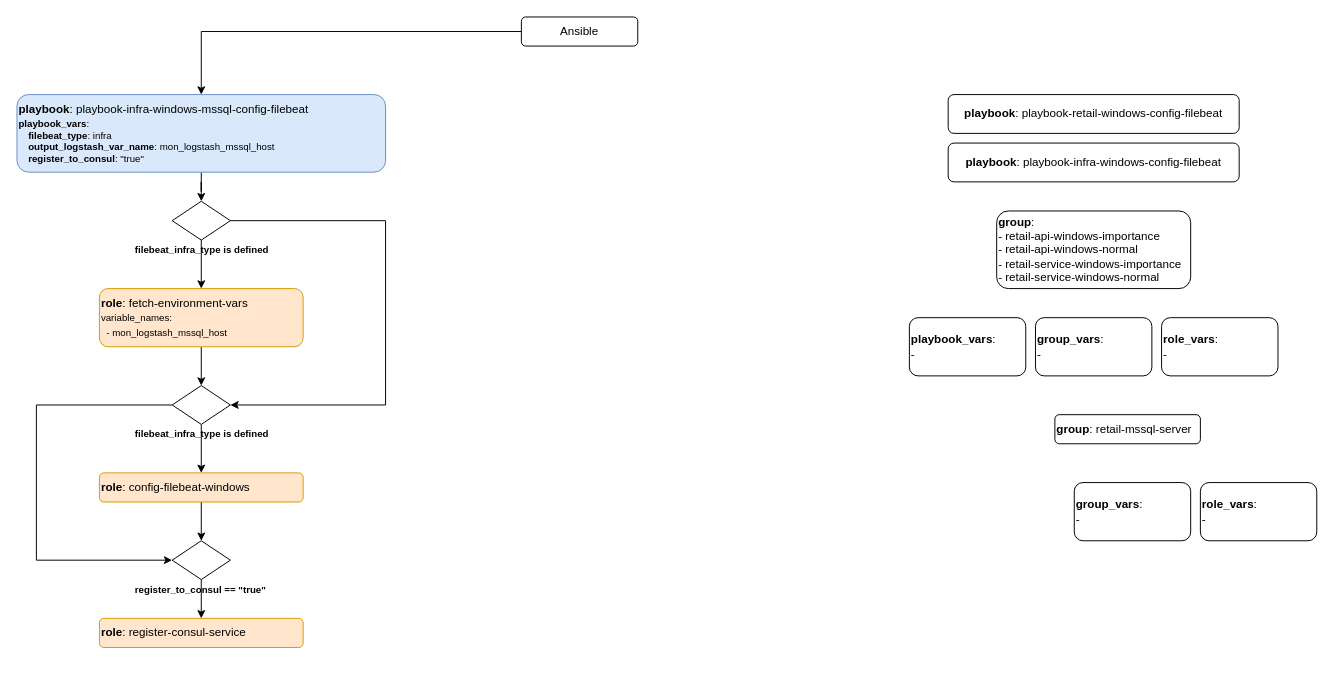
Earlier version of the draw.io diagram page "ansible-win-filebeat" (1 of 2) of kiotviet-observability-stack.drawio (khinhvuphiduong/diagrams.net). Source tidied: cells renumbered, new cells numbered last; positions are measured from the earlier drawing's top-left corner, leaving out a move shared by most shapes. Both pictures are drawn from the tidied source at 97%, with x=0, y=0 at pixel (16, 16).
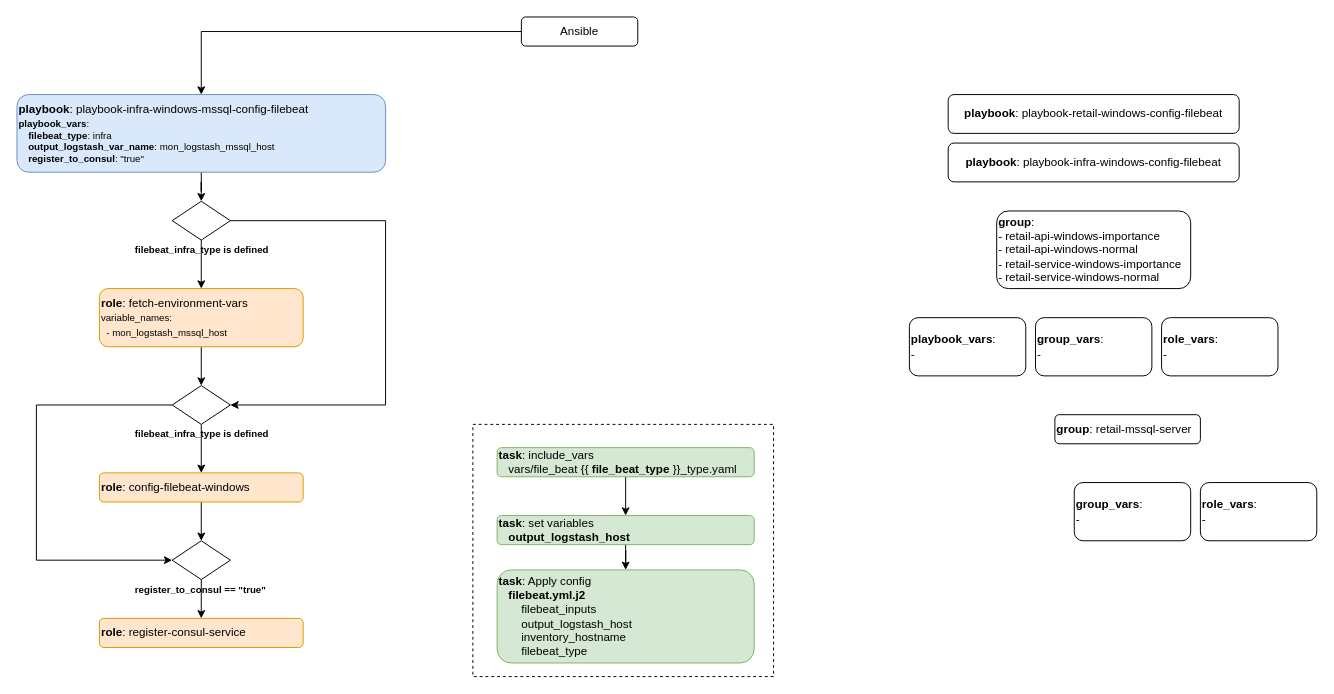
The same diagram, later.

Diff of the diagram source:
```diff
@@
+    <mxCell id="31" style="rounded=0;whiteSpace=wrap;html=1;fillColor=none;dashed=1;" parent="1" vertex="1">
+      <mxGeometry x="470" y="420" width="310" height="260" as="geometry" />
+    </mxCell>
@@
+    <mxCell id="32" style="edgeStyle=orthogonalEdgeStyle;rounded=0;jettySize=auto;html=1;entryX=0.5;entryY=0;entryDx=0;entryDy=0;" parent="1" edge="1" source="33" target="35">
+      <mxGeometry relative="1" as="geometry" />
+    </mxCell>
+    <mxCell id="33" value="&lt;b&gt;task&lt;/b&gt;:&amp;nbsp;include_vars&lt;br&gt;&lt;blockquote style=&quot;margin: 0px 0px 0px 10px; border: none; padding: 0px;&quot;&gt;vars/file_beat {{ &lt;b&gt;file_beat_type&lt;/b&gt; }}_type.yaml&lt;/blockquote&gt;" style="rounded=1;whiteSpace=wrap;html=1;align=left;fillColor=#d5e8d4;strokeColor=#82b366;" parent="1" vertex="1">
+      <mxGeometry x="495" y="444" width="265" height="30" as="geometry" />
+    </mxCell>
+    <mxCell id="34" style="edgeStyle=orthogonalEdgeStyle;rounded=0;jettySize=auto;html=1;entryX=0.5;entryY=0;entryDx=0;entryDy=0;" parent="1" edge="1" source="35" target="36">
+      <mxGeometry relative="1" as="geometry" />
+    </mxCell>
+    <mxCell id="35" value="&lt;b&gt;task&lt;/b&gt;:&amp;nbsp;set variables&lt;br&gt;&lt;blockquote style=&quot;margin: 0px 0px 0px 10px; border: none; padding: 0px;&quot;&gt;&lt;b&gt;output_logstash_host&lt;/b&gt;&lt;/blockquote&gt;" style="rounded=1;whiteSpace=wrap;html=1;align=left;fillColor=#d5e8d4;strokeColor=#82b366;" parent="1" vertex="1">
+      <mxGeometry x="495" y="514" width="265" height="30" as="geometry" />
+    </mxCell>
+    <mxCell id="36" value="&lt;b&gt;task&lt;/b&gt;: Apply config&lt;br&gt;&lt;blockquote style=&quot;margin: 0px 0px 0px 10px; border: none; padding: 0px;&quot;&gt;&lt;b&gt;filebeat.yml.j2&lt;br&gt;&amp;nbsp; &amp;nbsp;&amp;nbsp;&lt;/b&gt;&lt;span style=&quot;background-color: transparent;&quot;&gt;filebeat_inputs&lt;br&gt;&lt;b&gt;&amp;nbsp; &amp;nbsp;&amp;nbsp;&lt;/b&gt;&lt;/span&gt;&lt;span style=&quot;background-color: transparent;&quot;&gt;output_logstash_host&lt;br&gt;&amp;nbsp; &amp;nbsp; inventory_hostname&lt;br&gt;&amp;nbsp; &amp;nbsp; filebeat_type&lt;/span&gt;&lt;/blockquote&gt;" style="rounded=1;whiteSpace=wrap;html=1;align=left;fillColor=#d5e8d4;strokeColor=#82b366;" parent="1" vertex="1">
+      <mxGeometry x="495" y="570" width="265" height="96" as="geometry" />
+    </mxCell>
```
